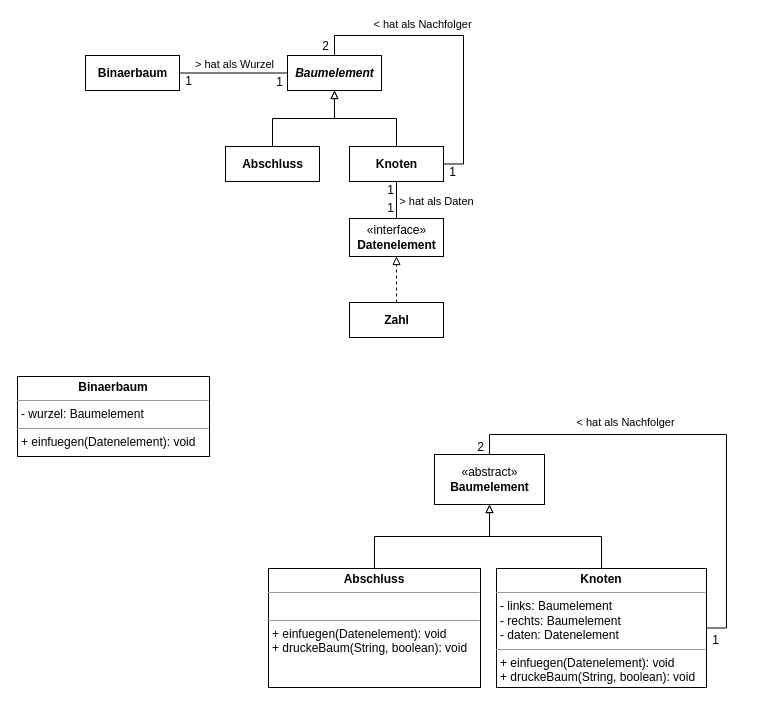
JoernWVSG/diagram keeps this draw.io diagram as page "Klassendiagramme" (3 of 6) of Baum.drawio. Above is the earlier version. Source tidied: cells renumbered, new cells numbered last; positions are measured from the earlier drawing's top-left corner, leaving out a move shared by most shapes. Both pictures are drawn from the tidied source at 100%, with x=0, y=0 at pixel (17, 37).
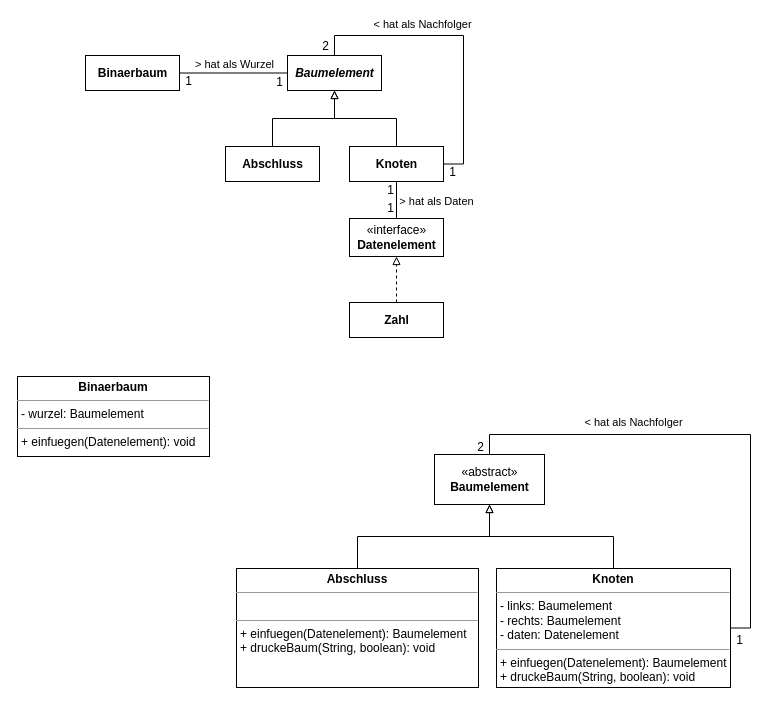
After the change.

The edit, as a diff of the source:
```diff
@@
-    <mxCell id="26" value="&lt;p style=&quot;margin: 0px ; margin-top: 4px ; text-align: center&quot;&gt;&lt;b&gt;Abschluss&lt;/b&gt;&lt;/p&gt;&lt;hr size=&quot;1&quot;&gt;&lt;p style=&quot;margin: 0px ; margin-left: 4px&quot;&gt;&lt;br&gt;&lt;/p&gt;&lt;hr size=&quot;1&quot;&gt;&lt;p style=&quot;margin: 0px ; margin-left: 4px&quot;&gt;+ einfuegen(Datenelement): void&lt;/p&gt;&lt;p style=&quot;margin: 0px ; margin-left: 4px&quot;&gt;+ druckeBaum(String, boolean): void&lt;/p&gt;" style="verticalAlign=top;align=left;overflow=fill;fontSize=12;fontFamily=Helvetica;html=1;" parent="1" vertex="1">
-      <mxGeometry x="251" y="531" width="212" height="119" as="geometry" />
+    <mxCell id="26" value="&lt;p style=&quot;margin: 0px ; margin-top: 4px ; text-align: center&quot;&gt;&lt;b&gt;Abschluss&lt;/b&gt;&lt;/p&gt;&lt;hr size=&quot;1&quot;&gt;&lt;p style=&quot;margin: 0px ; margin-left: 4px&quot;&gt;&lt;br&gt;&lt;/p&gt;&lt;hr size=&quot;1&quot;&gt;&lt;p style=&quot;margin: 0px ; margin-left: 4px&quot;&gt;+ einfuegen(Datenelement): Baumelement&lt;/p&gt;&lt;p style=&quot;margin: 0px ; margin-left: 4px&quot;&gt;+ druckeBaum(String, boolean): void&lt;/p&gt;" style="verticalAlign=top;align=left;overflow=fill;fontSize=12;fontFamily=Helvetica;html=1;" parent="1" vertex="1">
+      <mxGeometry x="219" y="531" width="242" height="119" as="geometry" />
     </mxCell>
@@
-    <mxCell id="31" value="&lt;p style=&quot;margin: 0px ; margin-top: 4px ; text-align: center&quot;&gt;&lt;b&gt;Knoten&lt;/b&gt;&lt;/p&gt;&lt;hr size=&quot;1&quot;&gt;&lt;p style=&quot;margin: 0px ; margin-left: 4px&quot;&gt;- links: Baumelement&lt;/p&gt;&lt;p style=&quot;margin: 0px ; margin-left: 4px&quot;&gt;- rechts: Baumelement&lt;/p&gt;&lt;p style=&quot;margin: 0px ; margin-left: 4px&quot;&gt;- daten: Datenelement&lt;/p&gt;&lt;hr size=&quot;1&quot;&gt;&lt;p style=&quot;margin: 0px ; margin-left: 4px&quot;&gt;+ einfuegen(Datenelement): void&lt;/p&gt;&lt;p style=&quot;margin: 0px ; margin-left: 4px&quot;&gt;+ druckeBaum(String, boolean): void&lt;/p&gt;" style="verticalAlign=top;align=left;overflow=fill;fontSize=12;fontFamily=Helvetica;html=1;" parent="1" vertex="1">
-      <mxGeometry x="479" y="531" width="210" height="119" as="geometry" />
+    <mxCell id="31" value="&lt;p style=&quot;margin: 0px ; margin-top: 4px ; text-align: center&quot;&gt;&lt;b&gt;Knoten&lt;/b&gt;&lt;/p&gt;&lt;hr size=&quot;1&quot;&gt;&lt;p style=&quot;margin: 0px ; margin-left: 4px&quot;&gt;- links: Baumelement&lt;/p&gt;&lt;p style=&quot;margin: 0px ; margin-left: 4px&quot;&gt;- rechts: Baumelement&lt;/p&gt;&lt;p style=&quot;margin: 0px ; margin-left: 4px&quot;&gt;- daten: Datenelement&lt;/p&gt;&lt;hr size=&quot;1&quot;&gt;&lt;p style=&quot;margin: 0px ; margin-left: 4px&quot;&gt;+ einfuegen(Datenelement): Baumelement&lt;/p&gt;&lt;p style=&quot;margin: 0px ; margin-left: 4px&quot;&gt;+ druckeBaum(String, boolean): void&lt;/p&gt;" style="verticalAlign=top;align=left;overflow=fill;fontSize=12;fontFamily=Helvetica;html=1;" parent="1" vertex="1">
+      <mxGeometry x="479" y="531" width="234" height="119" as="geometry" />
     </mxCell>
@@
     <mxCell id="34" value="1" style="text;html=1;align=center;verticalAlign=middle;strokeColor=none;fillColor=none;" parent="1" vertex="1">
-      <mxGeometry x="689" y="594" width="17" height="18" as="geometry" />
+      <mxGeometry x="713" y="594" width="17" height="18" as="geometry" />
     </mxCell>
```
